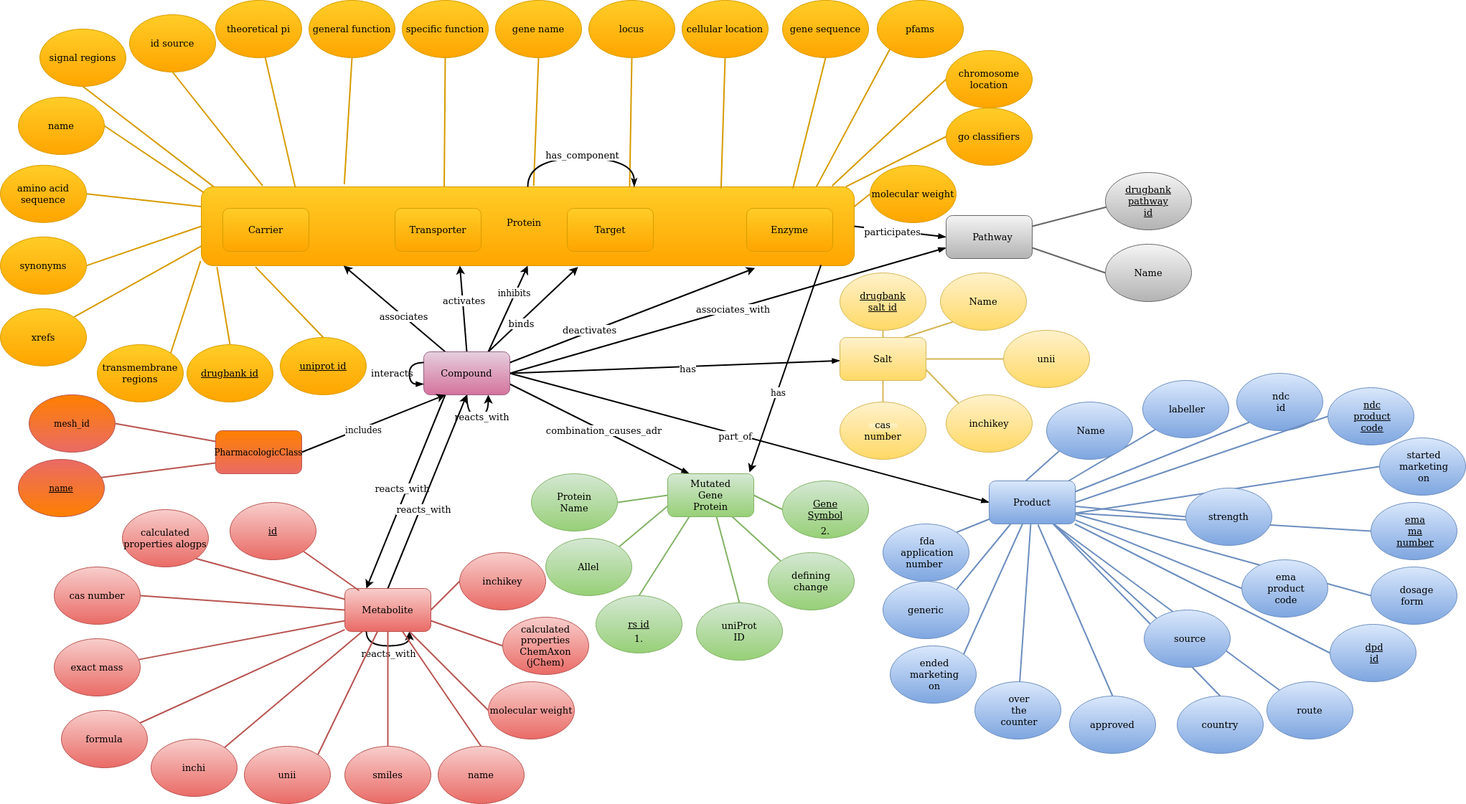
ckoenigs/PharMeBINet keeps this draw.io diagram as import_into_Neo4j/drugbank/picture/drugbank_er_new.png. Above is the earlier version. Source tidied: cells renumbered, new cells last; positions are measured from the earlier drawing's top-left corner, leaving out a move shared by most shapes.
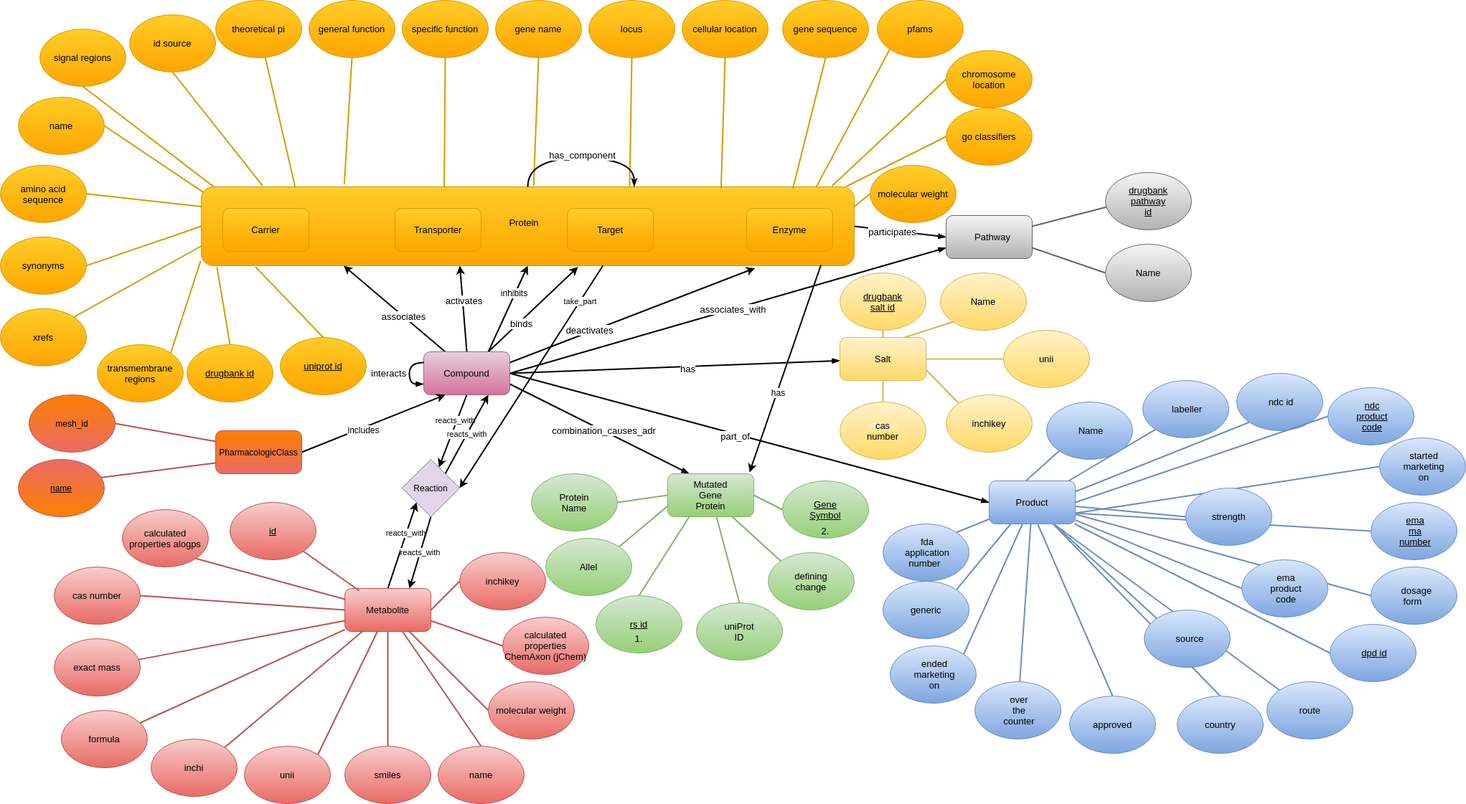
The same file after the commit.

Commit message:
update drugbank figure

What changed in the source:
```diff
@@ -5,27 +5,6 @@
     <mxCell id="2" style="rounded=1;whiteSpace=wrap;html=1;strokeColor=#d79b00;fillColor=#ffcd28;fontSize=13;gradientColor=#ffa500;" parent="1" vertex="1">
       <mxGeometry x="280" y="260" width="910" height="110" as="geometry" />
     </mxCell>
-    <mxCell id="3" style="rounded=0;html=1;exitX=0.25;exitY=1;entryX=0.25;entryY=0;startArrow=none;startFill=0;endArrow=classic;endFill=1;jettySize=auto;strokeColor=#000000;strokeWidth=2;fontSize=13;" parent="1" edge="1" source="25" target="39">
-      <mxGeometry relative="1" as="geometry" />
-    </mxCell>
-    <mxCell id="4" value="reacts_with" style="text;html=1;align=center;verticalAlign=middle;labelBackgroundColor=#ffffff;fontSize=13;" parent="3" vertex="1">
-      <mxGeometry x="-0.08" relative="1" as="geometry">
-        <mxPoint x="-9.5" y="6" as="offset" />
-      </mxGeometry>
-    </mxCell>
-    <mxCell id="5" style="edgeStyle=orthogonalEdgeStyle;curved=1;rounded=0;html=1;exitX=0.5;exitY=1;startArrow=none;startFill=0;endArrow=classic;endFill=1;jettySize=auto;orthogonalLoop=1;strokeColor=#000000;strokeWidth=2;fontSize=13;entryX=0.75;entryY=1;" parent="1" edge="1" source="25" target="25">
-      <mxGeometry relative="1" as="geometry">
-        <Array as="points">
-          <mxPoint x="650" y="580" />
-          <mxPoint x="680" y="580" />
-        </Array>
-      </mxGeometry>
-    </mxCell>
-    <mxCell id="6" value="reacts_with" style="text;html=1;align=center;verticalAlign=middle;labelBackgroundColor=#ffffff;fontSize=13;" parent="5" vertex="1">
-      <mxGeometry x="0.24" relative="1" as="geometry">
-        <mxPoint x="-6" as="offset" />
-      </mxGeometry>
-    </mxCell>
     <mxCell id="7" style="edgeStyle=none;rounded=0;html=1;exitX=0.25;exitY=0;startArrow=none;startFill=0;endArrow=classic;endFill=1;jettySize=auto;strokeColor=#000000;strokeWidth=2;fontSize=13;entryX=0.218;entryY=1;entryDx=0;entryDy=0;entryPerimeter=0;" parent="1" edge="1" source="25" target="2">
       <mxGeometry relative="1" as="geometry" />
     </mxCell>
@@ -88,6 +67,12 @@
         <mxPoint y="-1" as="offset" />
       </mxGeometry>
     </mxCell>
+    <mxCell id="223" style="rounded=0;jettySize=auto;html=1;exitX=0.5;exitY=1;exitDx=0;exitDy=0;strokeWidth=2;" parent="1" edge="1" source="25" target="231">
+      <mxGeometry relative="1" as="geometry" />
+    </mxCell>
+    <mxCell id="224" value="reacts_with" style="edgeLabel;html=1;align=center;verticalAlign=middle;" parent="223" vertex="1">
+      <mxGeometry x="-0.28" y="-3" relative="1" as="geometry" />
+    </mxCell>
     <mxCell id="25" style="rounded=1;whiteSpace=wrap;html=1;strokeColor=#996185;fillColor=#e6d0de;fontSize=13;gradientColor=#d5739d;" parent="1" vertex="1">
       <mxGeometry x="590" y="490" width="120" height="60" as="geometry" />
     </mxCell>
@@ -124,28 +109,18 @@
     <mxCell id="36" value="Enzyme" style="text;html=1;strokeColor=none;fillColor=none;align=center;verticalAlign=middle;whiteSpace=wrap;rounded=0;fontSize=13;" parent="1" vertex="1">
       <mxGeometry x="1080" y="310" width="40" height="20" as="geometry" />
     </mxCell>
-    <mxCell id="37" style="edgeStyle=none;rounded=0;html=1;exitX=0.5;exitY=0;entryX=0.5;entryY=1;startArrow=none;startFill=0;endArrow=classic;endFill=1;jettySize=auto;strokeColor=#000000;strokeWidth=2;fontSize=13;" parent="1" edge="1" source="39" target="25">
-      <mxGeometry relative="1" as="geometry" />
-    </mxCell>
-    <mxCell id="38" value="reacts_with" style="text;html=1;align=center;verticalAlign=middle;labelBackgroundColor=#ffffff;fontSize=13;" parent="37" vertex="1">
-      <mxGeometry x="-0.16" y="-2" relative="1" as="geometry">
-        <mxPoint x="2" y="2" as="offset" />
-      </mxGeometry>
-    </mxCell>
+    <mxCell id="225" style="edgeStyle=none;rounded=0;jettySize=auto;html=1;exitX=0.5;exitY=0;exitDx=0;exitDy=0;entryX=0;entryY=1;entryDx=0;entryDy=0;strokeWidth=2;" parent="1" edge="1" source="39" target="231">
+      <mxGeometry relative="1" as="geometry" />
+    </mxCell>
+    <mxCell id="226" value="reacts_with" style="edgeLabel;html=1;align=center;verticalAlign=middle;" parent="225" vertex="1">
+      <mxGeometry x="0.28" y="1" relative="1" as="geometry" />
+    </mxCell>
     <mxCell id="39" style="rounded=1;whiteSpace=wrap;html=1;strokeColor=#b85450;fillColor=#f8cecc;fontSize=13;gradientColor=#ea6b66;" parent="1" vertex="1">
       <mxGeometry x="480" y="820" width="120" height="60" as="geometry" />
     </mxCell>
     <mxCell id="40" value="&lt;div&gt;Metabolite&lt;/div&gt;" style="text;html=1;strokeColor=none;fillColor=none;align=center;verticalAlign=middle;whiteSpace=wrap;rounded=0;fontSize=13;" parent="1" vertex="1">
       <mxGeometry x="520" y="840" width="40" height="20" as="geometry" />
     </mxCell>
-    <mxCell id="41" style="edgeStyle=orthogonalEdgeStyle;rounded=0;html=1;exitX=0.25;exitY=1;entryX=0.75;entryY=1;startArrow=none;startFill=0;endArrow=classic;endFill=1;jettySize=auto;orthogonalLoop=1;strokeColor=#000000;strokeWidth=2;fontSize=13;curved=1;fillColor=#f8cecc;gradientColor=#ea6b66;" parent="1" edge="1" source="39" target="39">
-      <mxGeometry relative="1" as="geometry" />
-    </mxCell>
-    <mxCell id="42" value="reacts_with" style="text;html=1;align=center;verticalAlign=middle;labelBackgroundColor=#ffffff;fontSize=13;" parent="41" vertex="1">
-      <mxGeometry x="0.26" y="-2" relative="1" as="geometry">
-        <mxPoint x="-13" y="8" as="offset" />
-      </mxGeometry>
-    </mxCell>
     <mxCell id="43" style="rounded=1;whiteSpace=wrap;html=1;strokeColor=#d6b656;fillColor=#fff2cc;fontSize=13;gradientColor=#ffd966;" parent="1" vertex="1">
       <mxGeometry x="1170" y="470" width="120" height="60" as="geometry" />
     </mxCell>
@@ -700,5 +675,20 @@
         <mxPoint x="1" as="offset" />
       </mxGeometry>
     </mxCell>
+    <mxCell id="227" value="reacts_with" style="edgeStyle=none;rounded=0;jettySize=auto;html=1;exitX=1;exitY=0;exitDx=0;exitDy=0;entryX=0.75;entryY=1;entryDx=0;entryDy=0;strokeWidth=2;" parent="1" edge="1" source="231" target="25">
+      <mxGeometry relative="1" as="geometry" />
+    </mxCell>
+    <mxCell id="228" value="reacts_with" style="edgeStyle=none;rounded=0;jettySize=auto;html=1;exitX=0.5;exitY=1;exitDx=0;exitDy=0;entryX=0.75;entryY=0;entryDx=0;entryDy=0;strokeWidth=2;" parent="1" edge="1" source="231" target="39">
+      <mxGeometry relative="1" as="geometry" />
+    </mxCell>
+    <mxCell id="229" style="edgeStyle=none;rounded=0;jettySize=auto;html=1;exitX=1;exitY=0.5;exitDx=0;exitDy=0;entryX=0.615;entryY=1;entryDx=0;entryDy=0;entryPerimeter=0;strokeWidth=2;startArrow=classic;startFill=1;endArrow=none;endFill=0;" parent="1" edge="1" source="231" target="2">
+      <mxGeometry relative="1" as="geometry" />
+    </mxCell>
+    <mxCell id="230" value="take_part" style="edgeLabel;html=1;align=center;verticalAlign=middle;" parent="229" vertex="1">
+      <mxGeometry x="0.68" relative="1" as="geometry" />
+    </mxCell>
+    <mxCell id="231" value="Reaction" style="rhombus;whiteSpace=wrap;html=1;fillColor=#e1d5e7;strokeColor=#9673a6;" parent="1" vertex="1">
+      <mxGeometry x="560" y="640" width="80" height="80" as="geometry" />
+    </mxCell>
   </root>
 </mxGraphModel>
```
